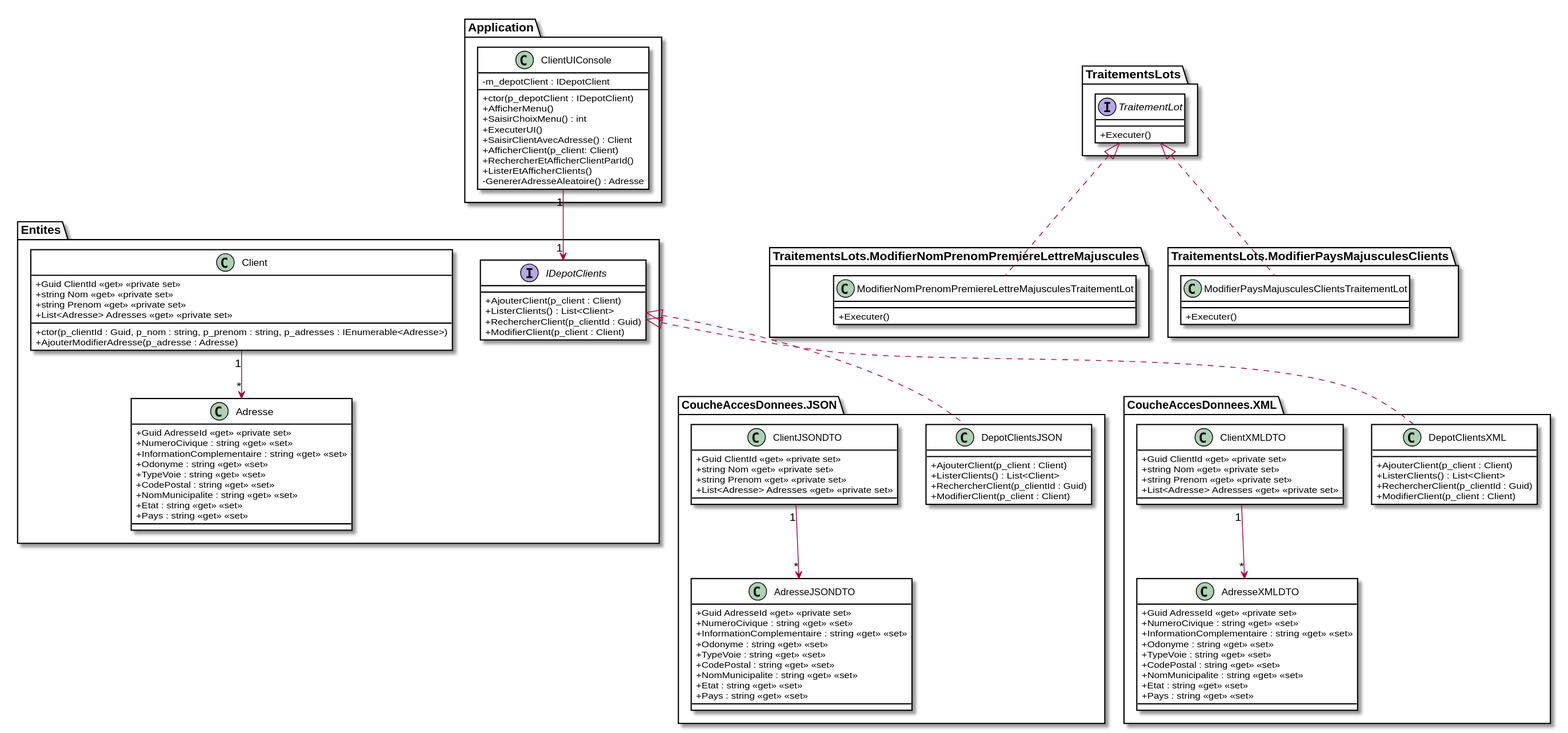
This is images/Module06_Formats_Echanges/diag/src/DiagExerciceClients/DiagClassesClients.svg from PiFou86/420-W30-SF, a PlantUML export, as it was before one commit.
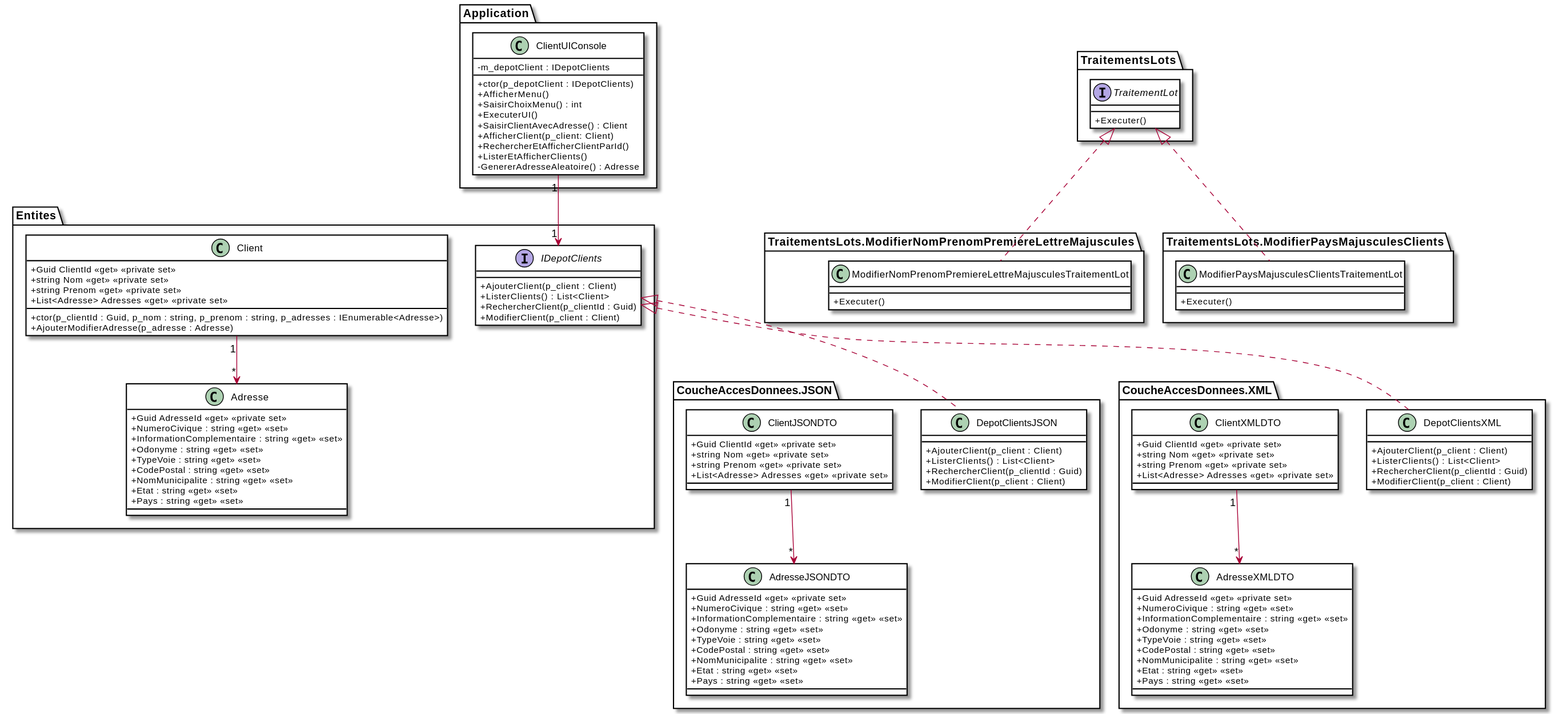
Above is the later version.

The edit, as a diff of the source:
```diff
@@ -105,8 +105,8 @@
     ClientUIConsole "1" --> "1" IDepotClients
 
     class ClientUIConsole {
-        - m_depotClient : IDepotClient
-        + ctor(p_depotClient : IDepotClient)
+        - m_depotClient : IDepotClients
+        + ctor(p_depotClient : IDepotClients)
         + AfficherMenu()
         + SaisirChoixMenu() : int
         + ExecuterUI()
```
